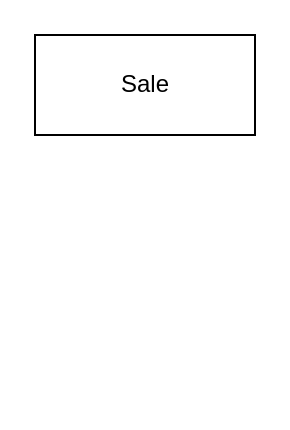
Earlier version of the draw.io diagram Modelo de dominio.drawio (TMP-DARQSW/UML-Sandbox). Source tidied: cells renumbered, new cells numbered last; positions are measured from the earlier drawing's top-left corner, leaving out a move shared by most shapes. Both pictures are drawn from the tidied source at 200%, with x=0, y=0 at pixel (34, 34).
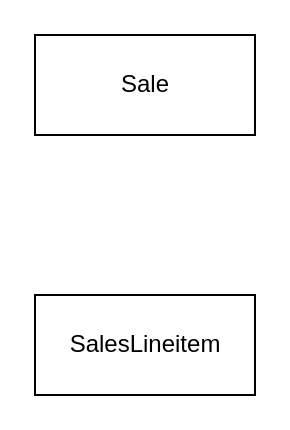
After the change.

Change to the diagram source:
```diff
@@
 <mxGraphModel>
   <root>
     <mxCell id="0" />
     <mxCell id="1" parent="0" />
     <mxCell id="2" value="Sale" style="html=1;" parent="1" vertex="1">
       <mxGeometry width="110" height="50" as="geometry" />
     </mxCell>
+    <mxCell id="3" value="SalesLineitem" style="html=1;" parent="1" vertex="1">
+      <mxGeometry y="130" width="110" height="50" as="geometry" />
+    </mxCell>
   </root>
 </mxGraphModel>
```
